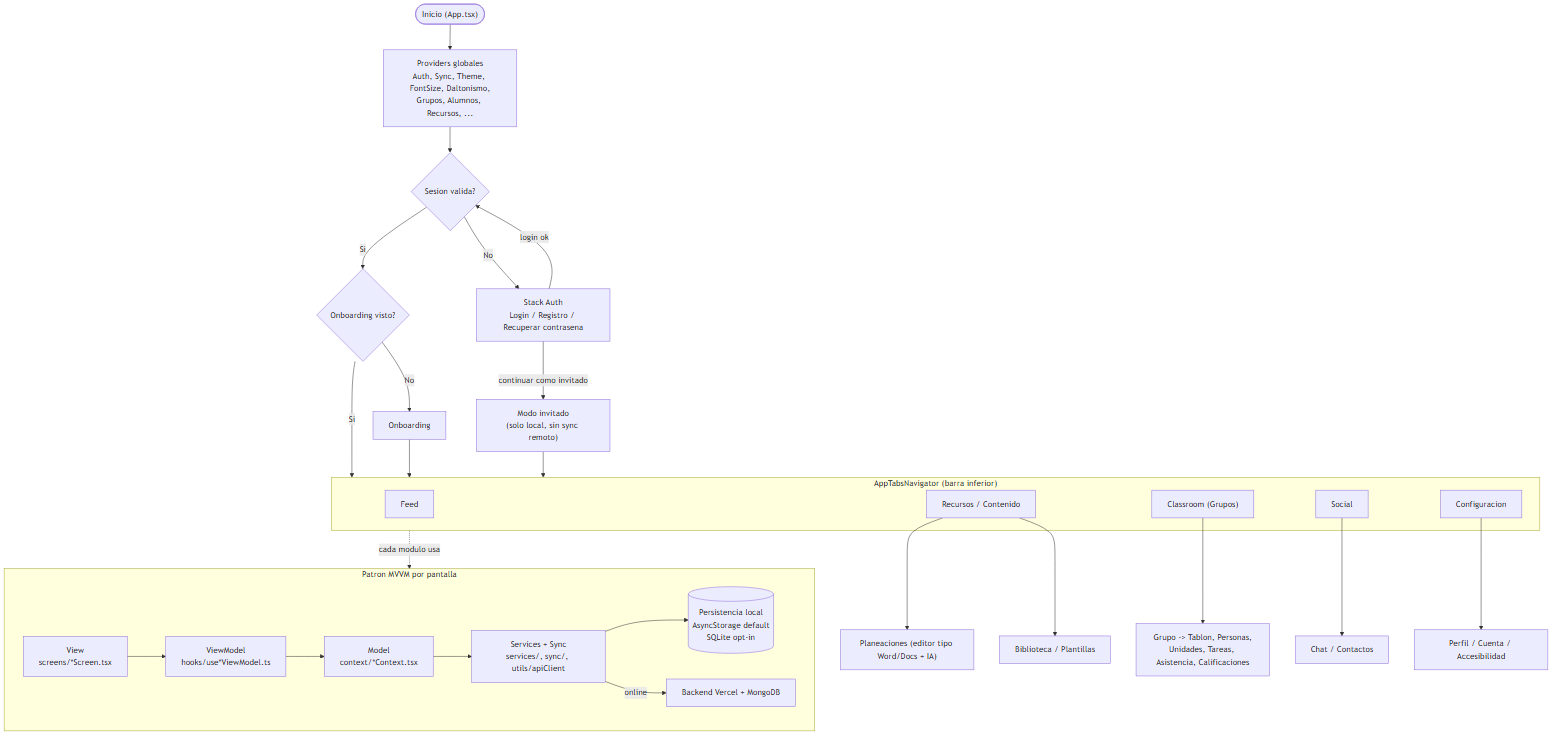
The Mermaid diagram Documentacion/06-diagramas/img/02-app-flujo-usuario.png in RitualBoat/PlanearIA, before a commit. Its source is kept beside it as Documentacion/06-diagramas/02-app-flujo-usuario.mmd.
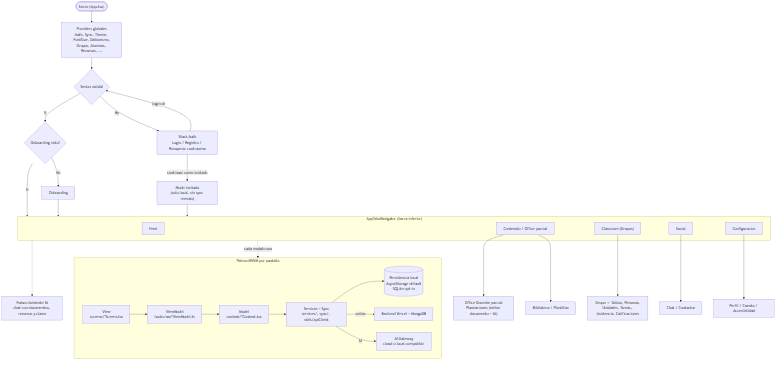
After the change.

Diff of the diagram source:
```diff
@@ -24,6 +24,7 @@
     recursos --> plan["Office Docente parcial<br/>Planeaciones (editor documento + IA)"]
     recursos --> biblio["Biblioteca / Plantillas"]
     social --> chat["Chat / Contactos"]
+    tabs -.-> asistente["Futuro Asistente IA<br/>chat con documentos, recursos y clases"]
     config --> cuenta["Perfil / Cuenta / Accesibilidad"]
 
     subgraph mvvm["Patron MVVM por pantalla"]
@@ -33,6 +34,7 @@
         model --> svc["Services + Sync<br/>services/, sync/, utils/apiClient"]
         svc --> persist[("Persistencia local<br/>AsyncStorage default<br/>SQLite opt-in")]
         svc -->|"online"| remote["Backend Vercel + MongoDB"]
+        svc -->|"IA"| aigw["AI Gateway<br/>cloud o local compatible"]
     end
 
     tabs -.->|"cada modulo usa"| mvvm
```
